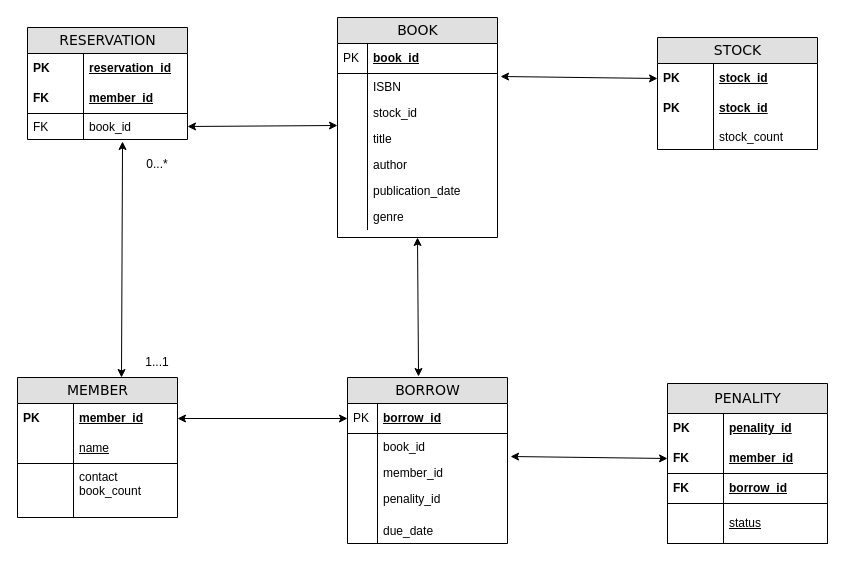
Above: erdiagram.drawio in kaushik315/MScComputingDS (draw.io), before the change. Source tidied: cells renumbered, new cells numbered last; positions are measured from the earlier drawing's top-left corner, leaving out a move shared by most shapes. Both pictures are drawn from the tidied source at 100%, with x=0, y=0 at pixel (17, 17).
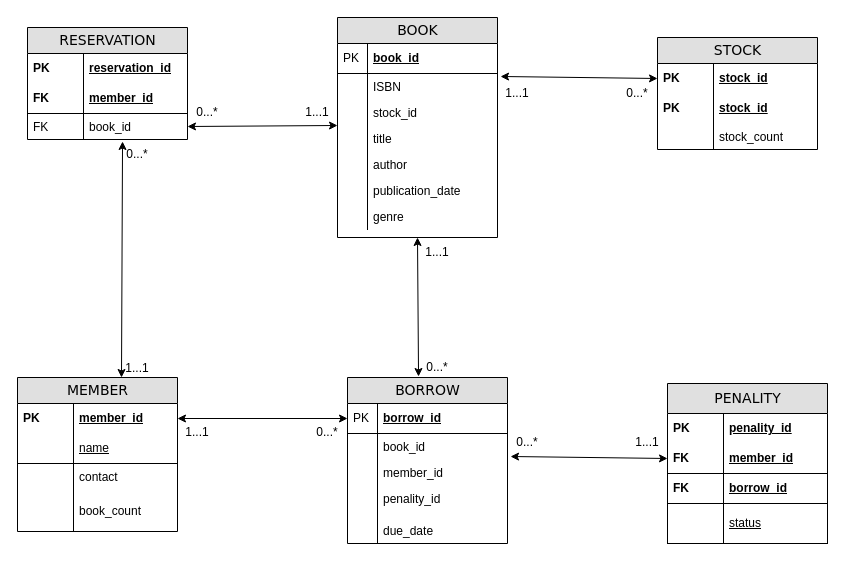
After the change.

The edit, as a diff of the source:
```diff
@@
     <mxCell id="9" value="MEMBER" style="swimlane;html=1;fontStyle=0;horizontal=1;startSize=26;fillColor=#e0e0e0;swimlaneFillColor=#ffffff;align=center;rounded=0;shadow=0;comic=0;labelBackgroundColor=none;strokeWidth=1;fontFamily=Verdana;fontSize=14;" parent="1" vertex="1">
-      <mxGeometry y="360" width="160" height="140" as="geometry" />
+      <mxGeometry y="360" width="160" height="154" as="geometry" />
     </mxCell>
@@
-    <mxCell id="14" value="contact&lt;br&gt;book_count" style="shape=partialRectangle;top=0;left=0;right=0;bottom=0;html=1;align=left;verticalAlign=top;fillColor=none;spacingLeft=60;spacingRight=4;whiteSpace=wrap;overflow=hidden;" parent="9" vertex="1">
-      <mxGeometry y="86" width="160" height="54" as="geometry" />
+    <mxCell id="14" value="contact&lt;br&gt;" style="shape=partialRectangle;top=0;left=0;right=0;bottom=0;html=1;align=left;verticalAlign=top;fillColor=none;spacingLeft=60;spacingRight=4;whiteSpace=wrap;overflow=hidden;" parent="9" vertex="1">
+      <mxGeometry y="86" width="160" height="34" as="geometry" />
     </mxCell>
     <mxCell id="15" style="shape=partialRectangle;top=0;left=0;bottom=0;html=1;fillColor=none;align=left;verticalAlign=top;spacingLeft=4;spacingRight=4;whiteSpace=wrap;overflow=hidden;" parent="14" vertex="1">
-      <mxGeometry width="56" height="54" as="geometry" />
+      <mxGeometry width="56" height="34" as="geometry" />
     </mxCell>
+    <mxCell id="66" value="book_count" style="shape=partialRectangle;top=0;left=0;right=0;bottom=0;html=1;align=left;verticalAlign=top;fillColor=none;spacingLeft=60;spacingRight=4;whiteSpace=wrap;overflow=hidden;" parent="9" vertex="1">
+      <mxGeometry y="120" width="160" height="34" as="geometry" />
+    </mxCell>
+    <mxCell id="67" style="shape=partialRectangle;top=0;left=0;bottom=0;html=1;fillColor=none;align=left;verticalAlign=top;spacingLeft=4;spacingRight=4;whiteSpace=wrap;overflow=hidden;" parent="66" vertex="1">
+      <mxGeometry width="56" height="34" as="geometry" />
+    </mxCell>
@@
     <mxCell id="64" value="0...*" style="text;html=1;strokeColor=none;fillColor=none;align=center;verticalAlign=middle;whiteSpace=wrap;rounded=0;" parent="1" vertex="1">
-      <mxGeometry x="110" y="132" width="60" height="30" as="geometry" />
+      <mxGeometry x="90" y="122" width="60" height="30" as="geometry" />
     </mxCell>
     <mxCell id="65" value="1...1" style="text;html=1;strokeColor=none;fillColor=none;align=center;verticalAlign=middle;whiteSpace=wrap;rounded=0;" parent="1" vertex="1">
-      <mxGeometry x="110" y="330" width="60" height="30" as="geometry" />
+      <mxGeometry x="90" y="336" width="60" height="30" as="geometry" />
     </mxCell>
+    <mxCell id="68" value="1...1" style="text;html=1;strokeColor=none;fillColor=none;align=center;verticalAlign=middle;whiteSpace=wrap;rounded=0;" parent="1" vertex="1">
+      <mxGeometry x="270" y="80" width="60" height="30" as="geometry" />
+    </mxCell>
+    <mxCell id="69" value="0...*" style="text;html=1;strokeColor=none;fillColor=none;align=center;verticalAlign=middle;whiteSpace=wrap;rounded=0;" parent="1" vertex="1">
+      <mxGeometry x="160" y="80" width="60" height="30" as="geometry" />
+    </mxCell>
+    <mxCell id="70" value="1...1" style="text;html=1;strokeColor=none;fillColor=none;align=center;verticalAlign=middle;whiteSpace=wrap;rounded=0;" parent="1" vertex="1">
+      <mxGeometry x="390" y="220" width="60" height="30" as="geometry" />
+    </mxCell>
+    <mxCell id="71" value="0...*" style="text;html=1;strokeColor=none;fillColor=none;align=center;verticalAlign=middle;whiteSpace=wrap;rounded=0;" parent="1" vertex="1">
+      <mxGeometry x="390" y="335" width="60" height="30" as="geometry" />
+    </mxCell>
+    <mxCell id="72" value="1...1" style="text;html=1;strokeColor=none;fillColor=none;align=center;verticalAlign=middle;whiteSpace=wrap;rounded=0;" parent="1" vertex="1">
+      <mxGeometry x="150" y="400" width="60" height="30" as="geometry" />
+    </mxCell>
+    <mxCell id="73" value="0...*" style="text;html=1;strokeColor=none;fillColor=none;align=center;verticalAlign=middle;whiteSpace=wrap;rounded=0;" parent="1" vertex="1">
+      <mxGeometry x="280" y="400" width="60" height="30" as="geometry" />
+    </mxCell>
+    <mxCell id="74" value="1...1" style="text;html=1;strokeColor=none;fillColor=none;align=center;verticalAlign=middle;whiteSpace=wrap;rounded=0;" parent="1" vertex="1">
+      <mxGeometry x="470" y="61" width="60" height="30" as="geometry" />
+    </mxCell>
+    <mxCell id="75" value="0...*" style="text;html=1;strokeColor=none;fillColor=none;align=center;verticalAlign=middle;whiteSpace=wrap;rounded=0;" parent="1" vertex="1">
+      <mxGeometry x="590" y="61" width="60" height="30" as="geometry" />
+    </mxCell>
+    <mxCell id="76" value="1...1" style="text;html=1;strokeColor=none;fillColor=none;align=center;verticalAlign=middle;whiteSpace=wrap;rounded=0;" parent="1" vertex="1">
+      <mxGeometry x="600" y="410" width="60" height="30" as="geometry" />
+    </mxCell>
+    <mxCell id="77" value="0...*" style="text;html=1;strokeColor=none;fillColor=none;align=center;verticalAlign=middle;whiteSpace=wrap;rounded=0;" parent="1" vertex="1">
+      <mxGeometry x="480" y="410" width="60" height="30" as="geometry" />
+    </mxCell>
```
